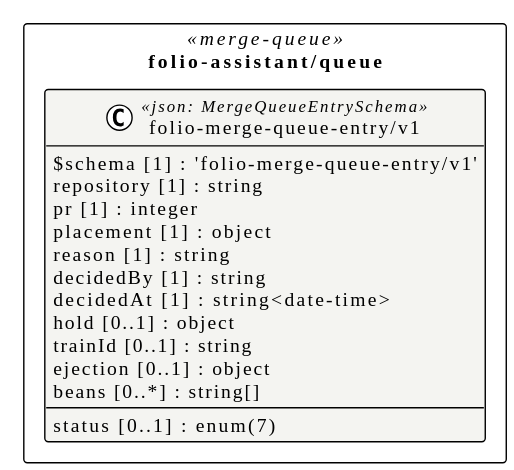
The PlantUML diagram assets/img/uml/overview/folio-assistant/queue.svg in litlfred/smart-trust, before a commit.
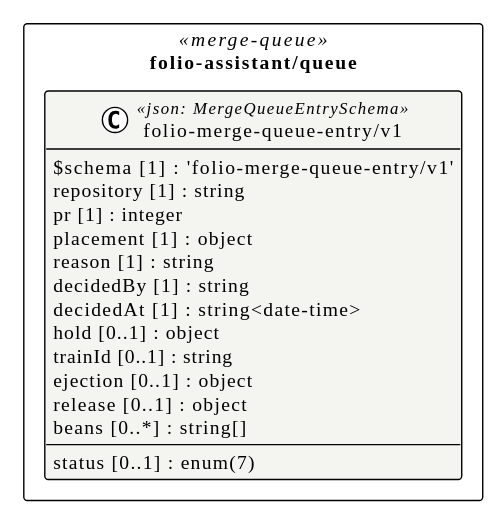
Above is the later version.

Diff of the diagram source:
```diff
@@ -18,6 +18,7 @@
     hold [0..1] : object
     trainId [0..1] : string
     ejection [0..1] : object
+    release [0..1] : object
     status [0..1] : enum(7)
     beans [0..*] : string[]
   }
```
